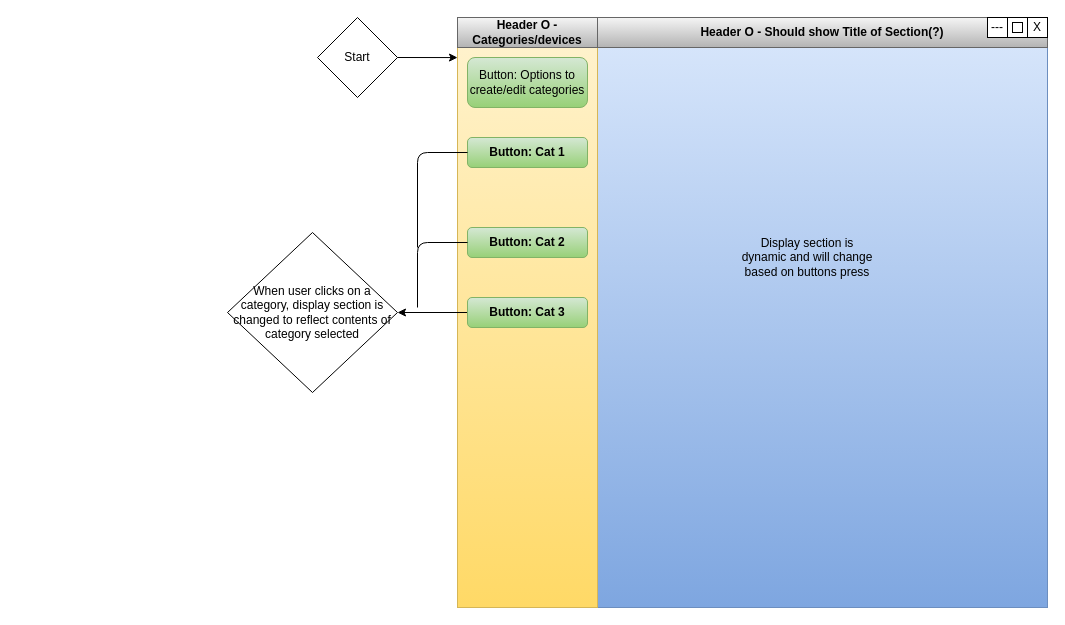
Before: planning/programcontrolflow.drawio in bporter97/ITAT, a draw.io diagram. Source tidied: cells renumbered, new cells numbered last; positions are measured from the earlier drawing's top-left corner, leaving out a move shared by most shapes. Both pictures are drawn from the tidied source at 100%, with x=0, y=0 at pixel (227, 17).
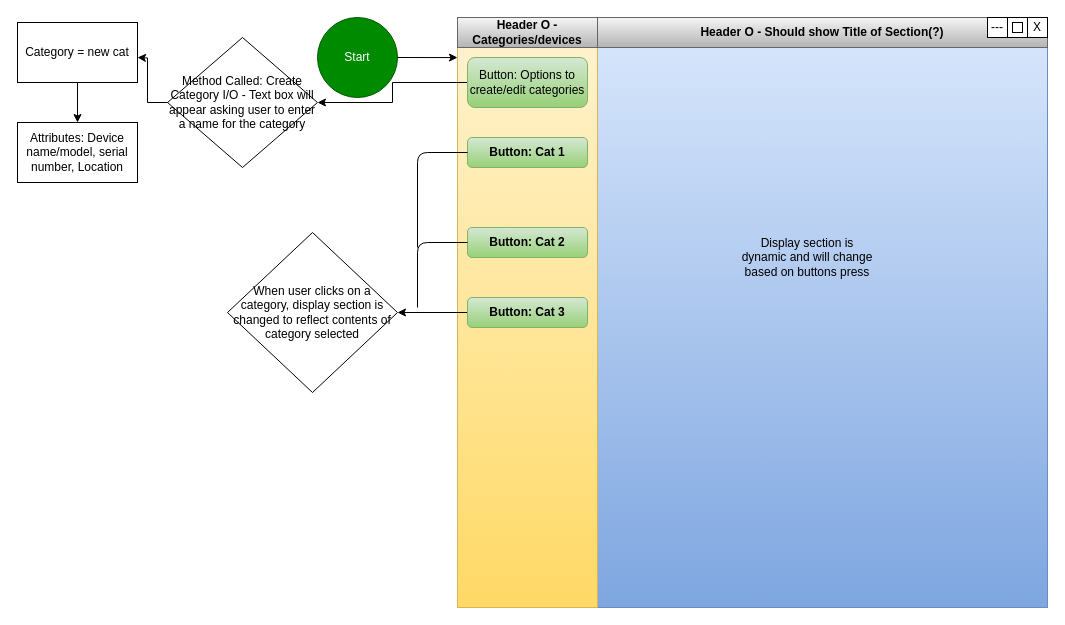
The same page after the edit.

The change refers to these unchanged cells:
```xml
<mxCell id="20" value="&lt;font color=&quot;#000000&quot;&gt;Button: Options to create/edit categories&lt;/font&gt;" style="rounded=1;whiteSpace=wrap;html=1;gradientColor=#97d077;fillColor=#d5e8d4;strokeColor=#82b366;" parent="1" vertex="1">
  <mxGeometry x="240" y="40" width="120" height="50" as="geometry" />
</mxCell>
```

Change to the diagram source:
```diff
@@
-    <mxCell id="2" value="Start" style="rhombus;whiteSpace=wrap;html=1;" parent="1" vertex="1">
+    <mxCell id="2" value="Start" style="ellipse;whiteSpace=wrap;html=1;fillColor=#008a00;strokeColor=#005700;fontColor=#ffffff;" parent="1" vertex="1">
       <mxGeometry x="90" width="80" height="80" as="geometry" />
     </mxCell>
@@
+    <mxCell id="21" style="edgeStyle=orthogonalEdgeStyle;rounded=0;jettySize=auto;html=1;" parent="1" edge="1" source="20" target="23">
+      <mxGeometry relative="1" as="geometry" />
+    </mxCell>
@@
+    <mxCell id="22" style="edgeStyle=orthogonalEdgeStyle;rounded=0;jettySize=auto;html=1;" parent="1" edge="1" source="23">
+      <mxGeometry relative="1" as="geometry">
+        <mxPoint x="-90" y="40" as="targetPoint" />
+      </mxGeometry>
+    </mxCell>
+    <mxCell id="23" value="Method Called: Create Category I/O - Text box will appear asking user to enter a name for the category" style="rhombus;whiteSpace=wrap;html=1;" parent="1" vertex="1">
+      <mxGeometry x="-60" y="20" width="150" height="130" as="geometry" />
+    </mxCell>
+    <mxCell id="24" style="edgeStyle=orthogonalEdgeStyle;rounded=0;jettySize=auto;html=1;" parent="1" edge="1" source="25" target="26">
+      <mxGeometry relative="1" as="geometry" />
+    </mxCell>
+    <mxCell id="25" value="Category = new cat" style="rounded=0;whiteSpace=wrap;html=1;" parent="1" vertex="1">
+      <mxGeometry x="-210" y="5" width="120" height="60" as="geometry" />
+    </mxCell>
+    <mxCell id="26" value="Attributes: Device name/model, serial number, Location" style="whiteSpace=wrap;html=1;rounded=0;" parent="1" vertex="1">
+      <mxGeometry x="-210" y="105" width="120" height="60" as="geometry" />
+    </mxCell>
```
